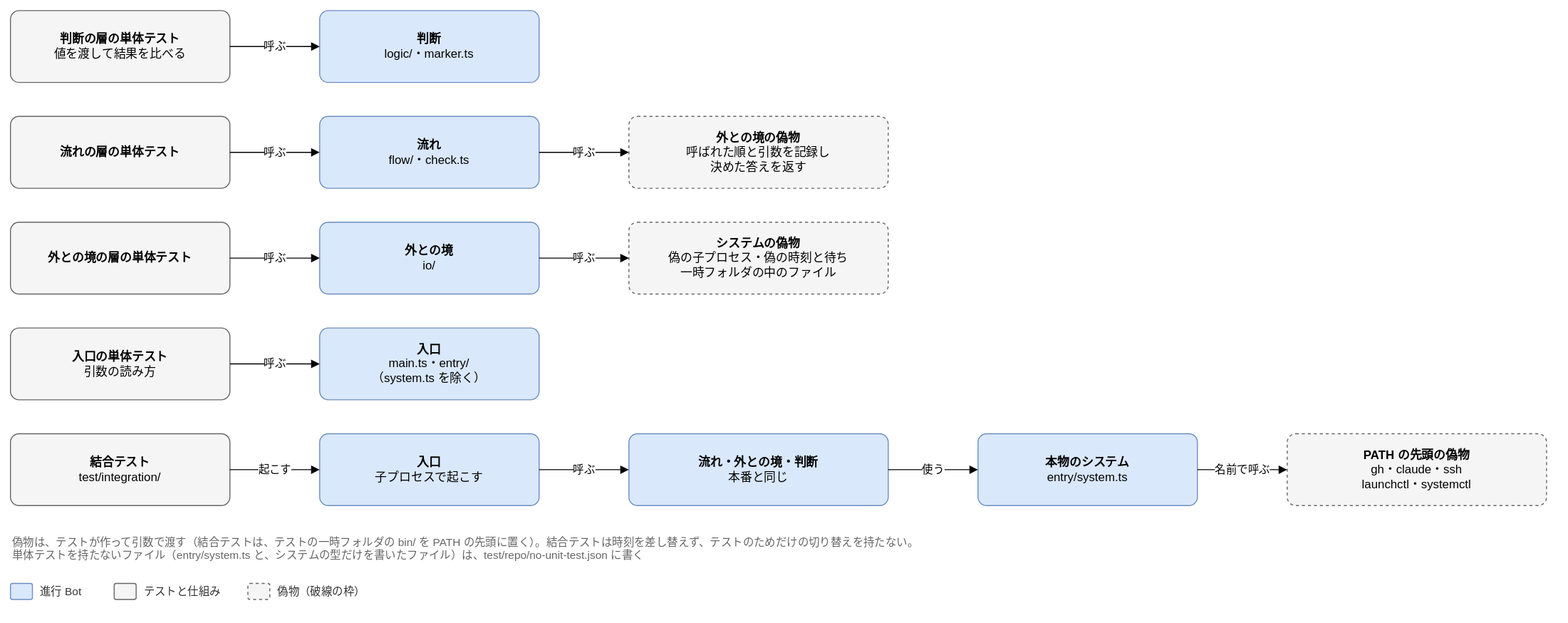
Before: docs/design/detailed/diagrams/00-tests.drawio.svg, a diagram exported from draw.io (Joymerrevent/dev-autopilot). Source tidied: cells renumbered, new cells last; positions are measured from the earlier drawing's top-left corner, leaving out a move shared by most shapes.
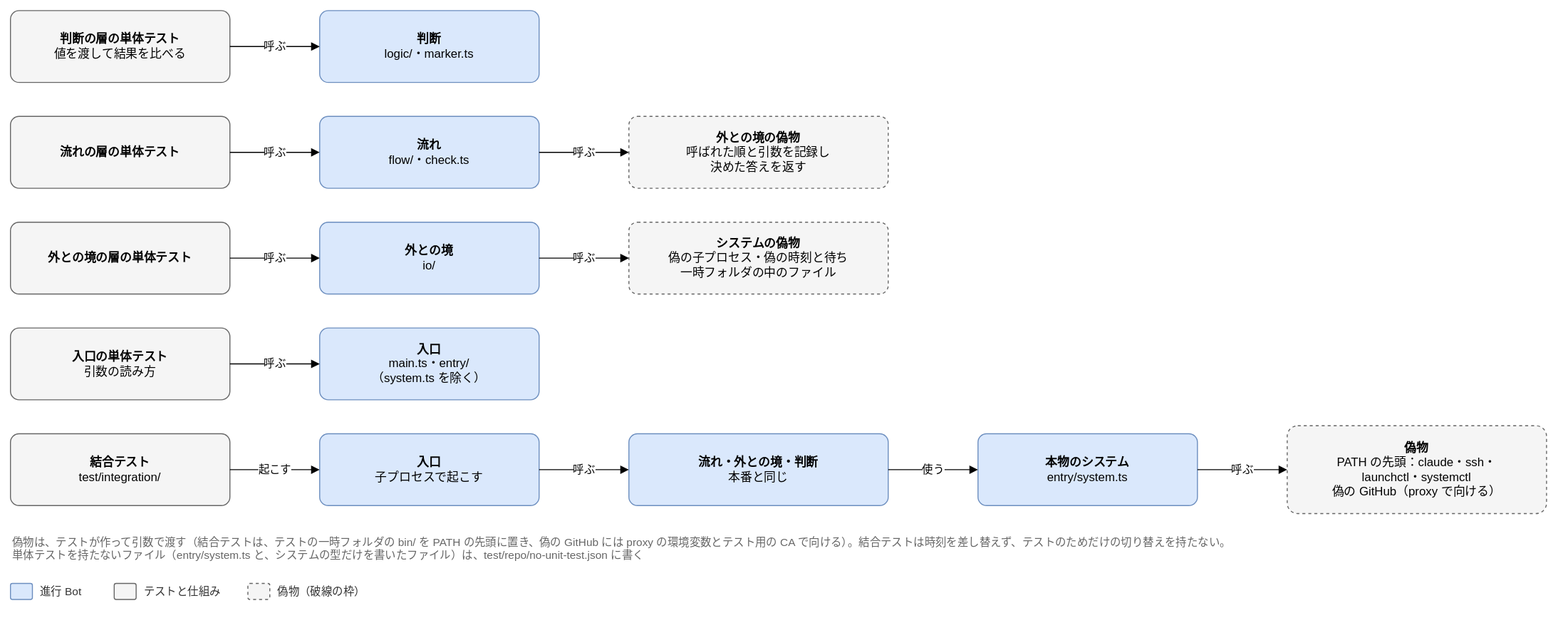
After the change.

Commit message:
docs(design): 詳細設計の README と層・入口・テストの図を、GitHub を Octokit で呼ぶ形に直す

What changed in the source:
```diff
@@ -62,8 +62,8 @@
     <mxCell id="21" value="&lt;b&gt;本物のシステム&lt;/b&gt;&lt;br&gt;entry/system.ts" style="rounded=1;whiteSpace=wrap;html=1;fontSize=12;arcSize=12;spacing=12;fillColor=#dae8fc;strokeColor=#6c8ebf;" parent="1" vertex="1">
       <mxGeometry x="970" y="424" width="220" height="72" as="geometry" />
     </mxCell>
-    <mxCell id="22" value="&lt;b&gt;PATH の先頭の偽物&lt;/b&gt;&lt;br&gt;gh・claude・ssh&lt;br&gt;launchctl・systemctl" style="rounded=1;whiteSpace=wrap;html=1;fontSize=12;arcSize=12;spacing=12;fillColor=#f5f5f5;strokeColor=#666666;dashed=1;" parent="1" vertex="1">
-      <mxGeometry x="1280" y="424" width="260" height="72" as="geometry" />
+    <mxCell id="22" value="&lt;b&gt;偽物&lt;/b&gt;&lt;br&gt;PATH の先頭：claude・ssh・&lt;br&gt;launchctl・systemctl&lt;br&gt;偽の GitHub（proxy で向ける）" style="rounded=1;whiteSpace=wrap;html=1;fontSize=12;arcSize=12;spacing=12;fillColor=#f5f5f5;strokeColor=#666666;dashed=1;" parent="1" vertex="1">
+      <mxGeometry x="1280" y="416" width="260" height="88" as="geometry" />
     </mxCell>
     <mxCell id="23" value="起こす" style="edgeStyle=orthogonalEdgeStyle;rounded=1;html=1;endArrow=block;endFill=1;fontSize=11;labelBackgroundColor=#ffffff;exitX=1;exitY=0.5;exitDx=0;exitDy=0;entryX=0;entryY=0.5;entryDx=0;entryDy=0;" parent="1" edge="1" source="18" target="19">
       <mxGeometry relative="1" as="geometry" />
@@ -74,10 +74,10 @@
     <mxCell id="25" value="使う" style="edgeStyle=orthogonalEdgeStyle;rounded=1;html=1;endArrow=block;endFill=1;fontSize=11;labelBackgroundColor=#ffffff;exitX=1;exitY=0.5;exitDx=0;exitDy=0;entryX=0;entryY=0.5;entryDx=0;entryDy=0;" parent="1" edge="1" source="20" target="21">
       <mxGeometry relative="1" as="geometry" />
     </mxCell>
-    <mxCell id="26" value="名前で呼ぶ" style="edgeStyle=orthogonalEdgeStyle;rounded=1;html=1;endArrow=block;endFill=1;fontSize=11;labelBackgroundColor=#ffffff;exitX=1;exitY=0.5;exitDx=0;exitDy=0;entryX=0;entryY=0.5;entryDx=0;entryDy=0;" parent="1" edge="1" source="21" target="22">
+    <mxCell id="26" value="呼ぶ" style="edgeStyle=orthogonalEdgeStyle;rounded=1;html=1;endArrow=block;endFill=1;fontSize=11;labelBackgroundColor=#ffffff;exitX=1;exitY=0.5;exitDx=0;exitDy=0;entryX=0;entryY=0.5;entryDx=0;entryDy=0;" parent="1" edge="1" source="21" target="22">
       <mxGeometry relative="1" as="geometry" />
     </mxCell>
-    <mxCell id="27" value="偽物は、テストが作って引数で渡す（結合テストは、テストの一時フォルダの bin/ を PATH の先頭に置く）。結合テストは時刻を差し替えず、テストのためだけの切り替えを持たない。&lt;br&gt;単体テストを持たないファイル（entry/system.ts と、システムの型だけを書いたファイル）は、test/repo/no-unit-test.json に書く" style="text;html=1;whiteSpace=wrap;align=left;verticalAlign=top;fontSize=11;fontColor=#666666;" parent="1" vertex="1">
+    <mxCell id="27" value="偽物は、テストが作って引数で渡す（結合テストは、テストの一時フォルダの bin/ を PATH の先頭に置き、偽の GitHub には proxy の環境変数とテスト用の CA で向ける）。結合テストは時刻を差し替えず、テストのためだけの切り替えを持たない。&lt;br&gt;単体テストを持たないファイル（entry/system.ts と、システムの型だけを書いたファイル）は、test/repo/no-unit-test.json に書く" style="text;html=1;whiteSpace=wrap;align=left;verticalAlign=top;fontSize=11;fontColor=#666666;" parent="1" vertex="1">
       <mxGeometry y="520" width="1540" height="40" as="geometry" />
     </mxCell>
     <mxCell id="28" style="rounded=1;whiteSpace=wrap;html=1;fontSize=12;arcSize=12;spacing=12;fillColor=#dae8fc;strokeColor=#6c8ebf;" parent="1" vertex="1">
```
